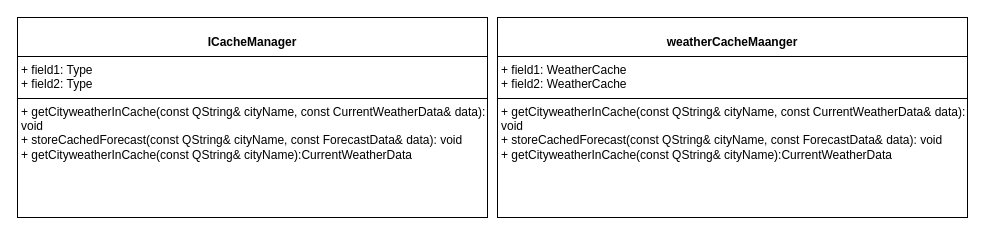
Earlier version of the draw.io diagram Uml/cacheInterfaceAndManager.drawio (donambog/QT_Weather_Map). Source tidied: cells renumbered, new cells numbered last; positions are measured from the earlier drawing's top-left corner, leaving out a move shared by most shapes. Both pictures are drawn from the tidied source at 100%, with x=0, y=0 at pixel (17, 17).
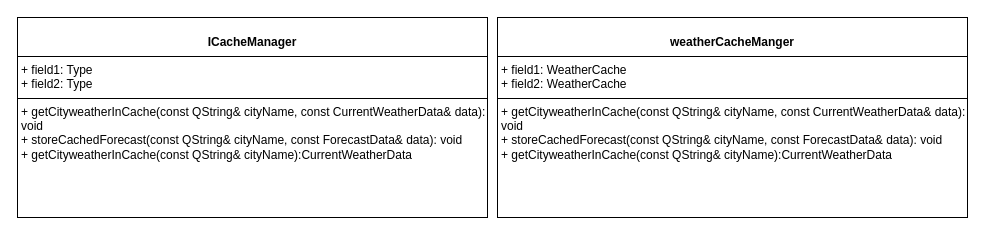
Above is the later version.

Commit message:
Update uml chart

Diff of the diagram source:
```diff
@@
 <mxGraphModel>
   <root>
     <mxCell id="0" />
     <mxCell id="1" parent="0" />
     <mxCell id="2" value="&lt;p style=&quot;margin: 4px 0px 0px; text-align: center;&quot;&gt;&lt;br&gt;&lt;b&gt;ICacheManager&lt;/b&gt;&lt;/p&gt;&lt;hr size=&quot;1&quot; style=&quot;border-style:solid;&quot;&gt;&lt;p style=&quot;margin:0px;margin-left:4px;&quot;&gt;+ field1: Type&lt;br&gt;+ field2: Type&lt;/p&gt;&lt;hr size=&quot;1&quot; style=&quot;border-style:solid;&quot;&gt;&lt;p style=&quot;margin:0px;margin-left:4px;&quot;&gt;+ getCityweatherInCache(const QString&amp;amp; cityName, const CurrentWeatherData&amp;amp; data): void&lt;br&gt;+ storeCachedForecast(const QString&amp;amp; cityName, const ForecastData&amp;amp; data): void&lt;/p&gt;&lt;p style=&quot;margin:0px;margin-left:4px;&quot;&gt;+&amp;nbsp;getCityweatherInCache(const QString&amp;amp; cityName):CurrentWeatherData&lt;/p&gt;" style="verticalAlign=top;align=left;overflow=fill;html=1;whiteSpace=wrap;" parent="1" vertex="1">
       <mxGeometry width="470" height="200" as="geometry" />
     </mxCell>
-    <mxCell id="3" value="&lt;p style=&quot;margin: 4px 0px 0px; text-align: center;&quot;&gt;&lt;br&gt;&lt;b&gt;weatherCacheMaanger&lt;/b&gt;&lt;/p&gt;&lt;hr size=&quot;1&quot; style=&quot;border-style:solid;&quot;&gt;&lt;p style=&quot;margin:0px;margin-left:4px;&quot;&gt;+ field1:&amp;nbsp;WeatherCache&lt;br&gt;+ field2:&amp;nbsp;WeatherCache&lt;/p&gt;&lt;hr size=&quot;1&quot; style=&quot;border-style:solid;&quot;&gt;&lt;p style=&quot;margin:0px;margin-left:4px;&quot;&gt;+ getCityweatherInCache(const QString&amp;amp; cityName, const CurrentWeatherData&amp;amp; data): void&lt;br&gt;+ storeCachedForecast(const QString&amp;amp; cityName, const ForecastData&amp;amp; data): void&lt;/p&gt;&lt;p style=&quot;margin:0px;margin-left:4px;&quot;&gt;+&amp;nbsp;getCityweatherInCache(const QString&amp;amp; cityName):CurrentWeatherData&lt;/p&gt;" style="verticalAlign=top;align=left;overflow=fill;html=1;whiteSpace=wrap;" parent="1" vertex="1">
+    <mxCell id="3" value="&lt;p style=&quot;margin: 4px 0px 0px; text-align: center;&quot;&gt;&lt;br&gt;&lt;b&gt;weatherCacheManger&lt;/b&gt;&lt;/p&gt;&lt;hr size=&quot;1&quot; style=&quot;border-style:solid;&quot;&gt;&lt;p style=&quot;margin:0px;margin-left:4px;&quot;&gt;+ field1:&amp;nbsp;WeatherCache&lt;br&gt;+ field2:&amp;nbsp;WeatherCache&lt;/p&gt;&lt;hr size=&quot;1&quot; style=&quot;border-style:solid;&quot;&gt;&lt;p style=&quot;margin:0px;margin-left:4px;&quot;&gt;+ getCityweatherInCache(const QString&amp;amp; cityName, const CurrentWeatherData&amp;amp; data): void&lt;br&gt;+ storeCachedForecast(const QString&amp;amp; cityName, const ForecastData&amp;amp; data): void&lt;/p&gt;&lt;p style=&quot;margin:0px;margin-left:4px;&quot;&gt;+&amp;nbsp;getCityweatherInCache(const QString&amp;amp; cityName):CurrentWeatherData&lt;/p&gt;" style="verticalAlign=top;align=left;overflow=fill;html=1;whiteSpace=wrap;" parent="1" vertex="1">
       <mxGeometry x="480" width="470" height="200" as="geometry" />
     </mxCell>
   </root>
 </mxGraphModel>
```
